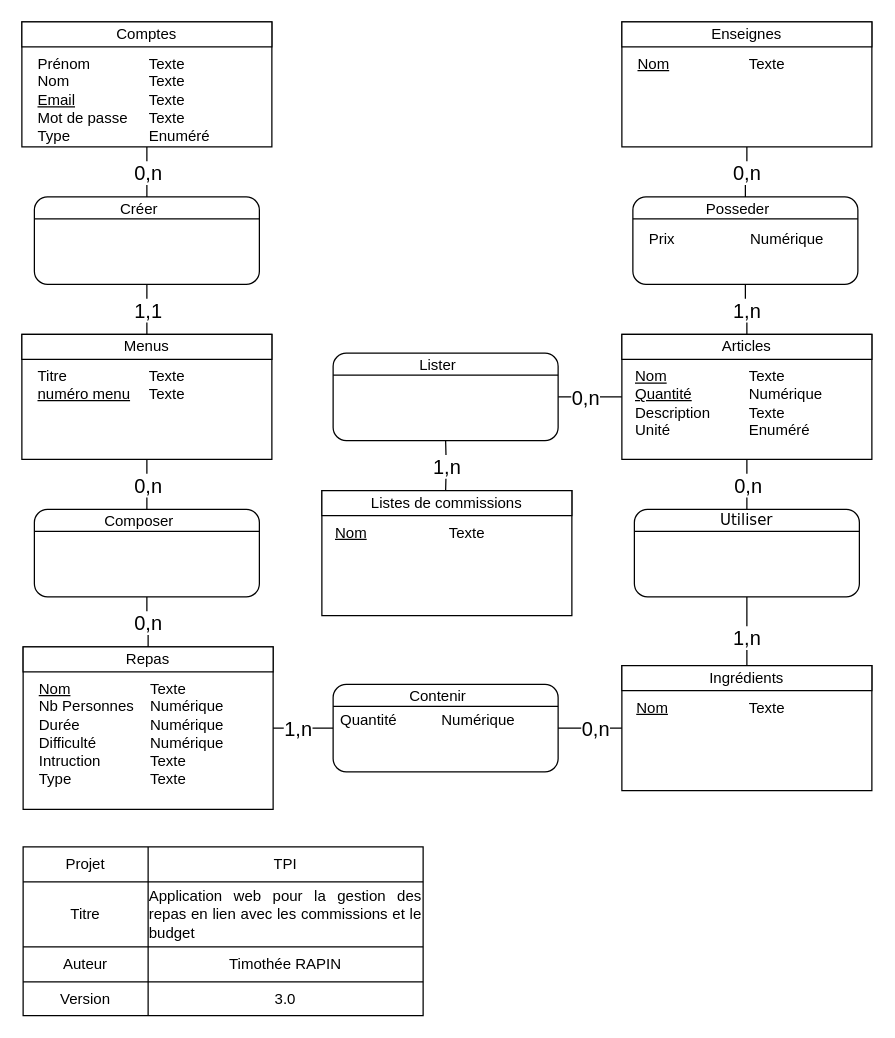
Above: Documentation/07 BDD/01 MCD/MCD.drawio in TimotheeRapin/WebAppGestionRepas (draw.io), before the change. Source tidied: cells renumbered, new cells numbered last; positions are measured from the earlier drawing's top-left corner, leaving out a move shared by most shapes. Both pictures are drawn from the tidied source at 125%, with x=0, y=0 at pixel (21, 21).
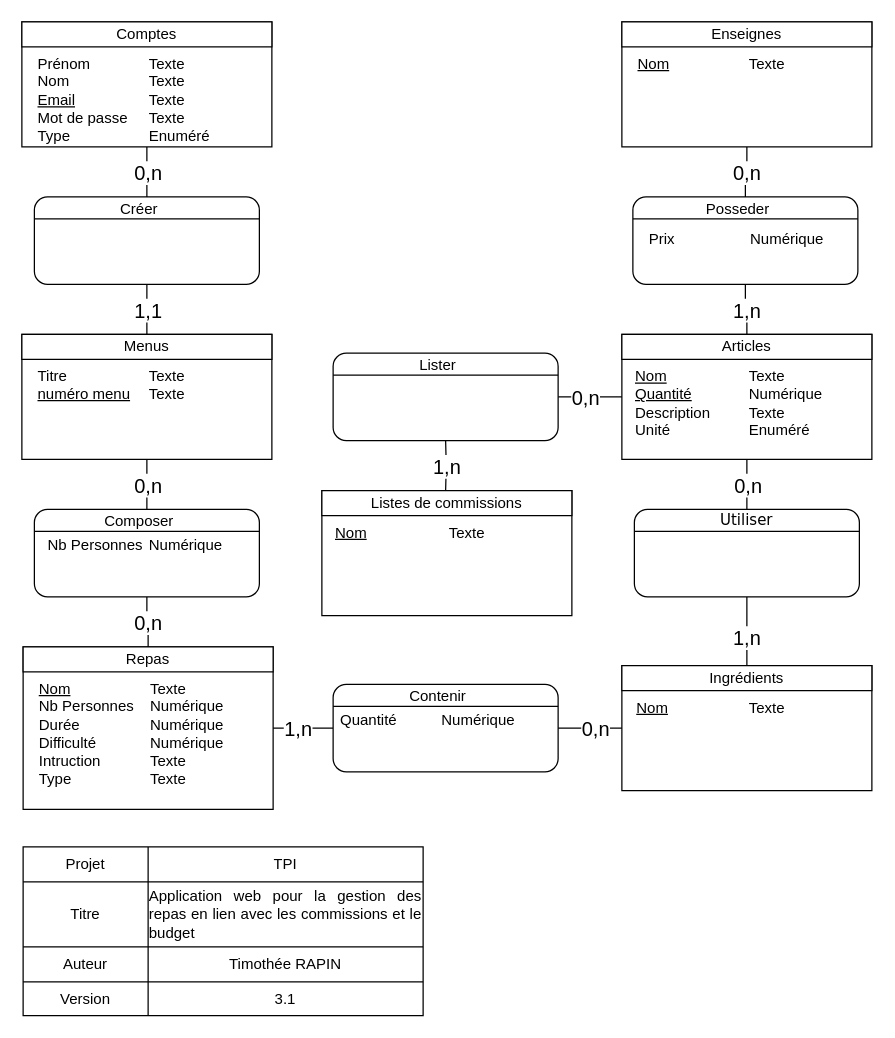
Above is the later version.

Unchanged cells that the change refers to:
```xml
<mxCell id="12" style="shape=partialRectangle;html=1;whiteSpace=wrap;fillColor=none;top=0;left=0;bottom=0;right=0;" parent="2" vertex="1">
  <mxGeometry y="108" width="320" height="27" as="geometry" />
</mxCell>
```

Change to the diagram source:
```diff
@@
-    <mxCell id="14" value="3.0" style="shape=partialRectangle;html=1;whiteSpace=wrap;overflow=hidden;fillColor=none;top=0;left=0;bottom=0;right=0;" parent="12" vertex="1">
+    <mxCell id="14" value="3.1" style="shape=partialRectangle;html=1;whiteSpace=wrap;overflow=hidden;fillColor=none;top=0;left=0;bottom=0;right=0;" parent="12" vertex="1">
       <mxGeometry x="100" width="220" height="27" as="geometry" />
     </mxCell>
@@
+    <mxCell id="88" value="Nb Personnes" style="text;html=1;strokeColor=none;fillColor=none;align=left;verticalAlign=top;whiteSpace=wrap;rounded=0;" parent="1" vertex="1">
+      <mxGeometry x="19" y="405" width="90" height="60" as="geometry" />
+    </mxCell>
+    <mxCell id="89" value="Numérique" style="text;html=1;strokeColor=none;fillColor=none;align=left;verticalAlign=top;whiteSpace=wrap;rounded=0;" parent="1" vertex="1">
+      <mxGeometry x="100" y="405" width="100" height="50" as="geometry" />
+    </mxCell>
```
